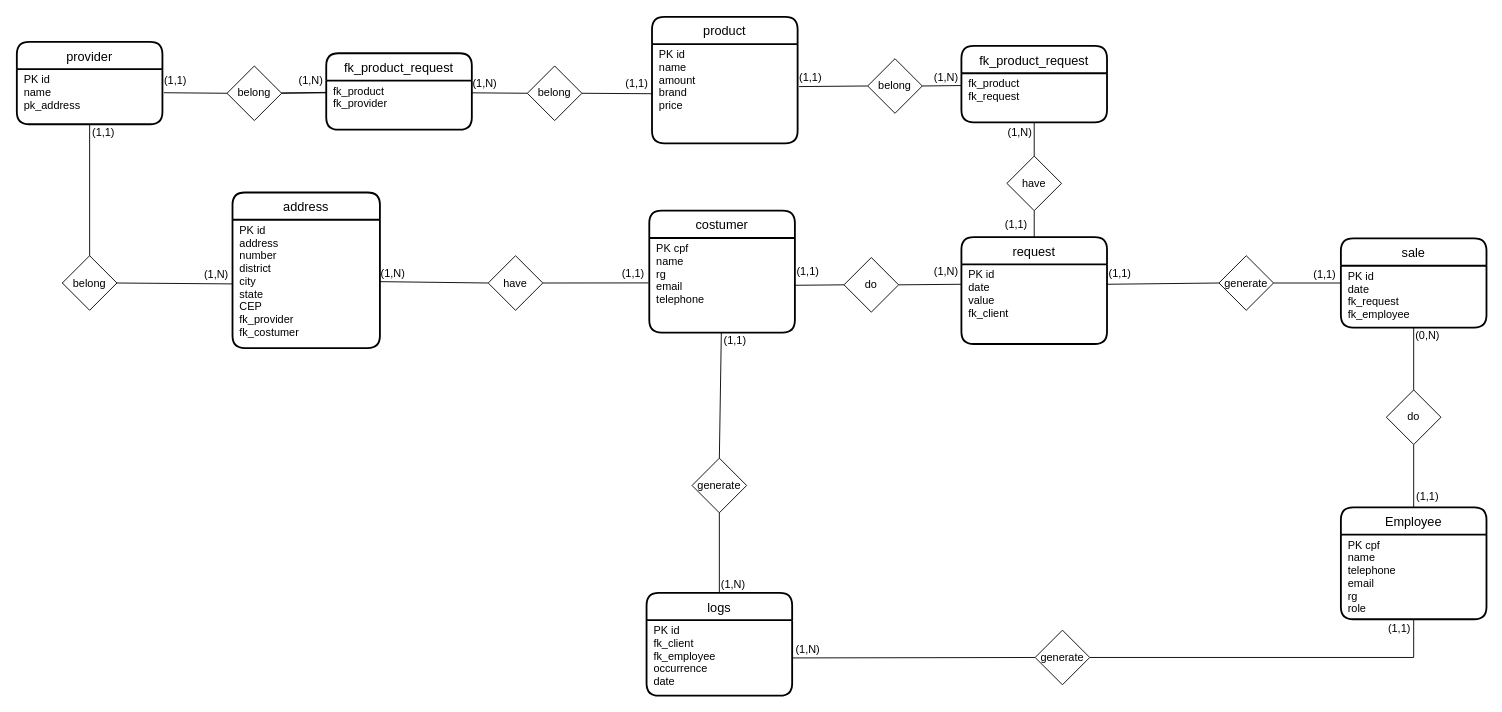
Above: page "diagrama-entidade-relacional" (2 of 4) of diagramas/todos_os_diagramas.drawio in project-ePDV/epdv-docs (draw.io), before the change. Source tidied: cells renumbered, new cells numbered last; positions are measured from the earlier drawing's top-left corner, leaving out a move shared by most shapes. Both pictures are drawn from the tidied source at 91%, with x=0, y=0 at pixel (16, 16).
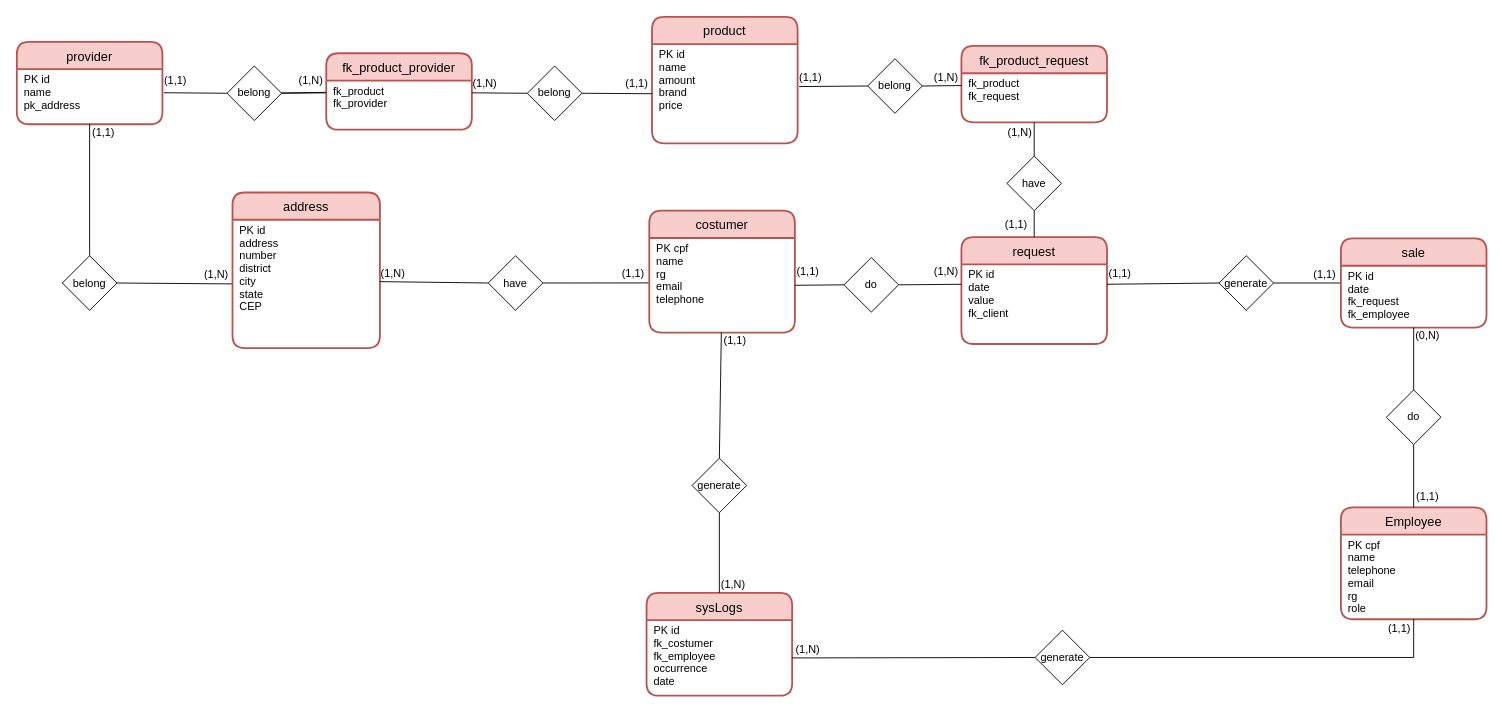
The same page after the edit.

Change to the diagram source:
```diff
@@
-    <mxCell id="2" value="costumer" style="swimlane;horizontal=1;startSize=30;rounded=1;fontSize=14;fontStyle=0;strokeWidth=2;shadow=0;dashed=0;align=center;" parent="1" vertex="1">
+    <mxCell id="2" value="costumer" style="swimlane;horizontal=1;startSize=30;rounded=1;fontSize=14;fontStyle=0;strokeWidth=2;shadow=0;dashed=0;align=center;fillColor=#f8cecc;strokeColor=#b85450;" parent="1" vertex="1">
       <mxGeometry x="695" y="213" width="160" height="134" as="geometry" />
     </mxCell>
@@
-    <mxCell id="4" value="request" style="swimlane;horizontal=1;startSize=30;rounded=1;fontSize=14;fontStyle=0;strokeWidth=2;shadow=0;dashed=0;align=center;" parent="1" vertex="1">
+    <mxCell id="4" value="request" style="swimlane;horizontal=1;startSize=30;rounded=1;fontSize=14;fontStyle=0;strokeWidth=2;shadow=0;dashed=0;align=center;fillColor=#f8cecc;strokeColor=#b85450;" parent="1" vertex="1">
       <mxGeometry x="1038" y="242" width="160" height="117.5" as="geometry" />
     </mxCell>
@@
-    <mxCell id="8" value="Employee" style="swimlane;horizontal=1;startSize=30;rounded=1;fontSize=14;fontStyle=0;strokeWidth=2;shadow=0;dashed=0;align=center;" parent="1" vertex="1">
+    <mxCell id="8" value="Employee" style="swimlane;horizontal=1;startSize=30;rounded=1;fontSize=14;fontStyle=0;strokeWidth=2;shadow=0;dashed=0;align=center;fillColor=#f8cecc;strokeColor=#b85450;" parent="1" vertex="1">
       <mxGeometry x="1455" y="539" width="160" height="123" as="geometry" />
     </mxCell>
@@
-    <mxCell id="12" value="logs" style="swimlane;horizontal=1;startSize=30;rounded=1;fontSize=14;fontStyle=0;strokeWidth=2;shadow=0;dashed=0;align=center;" parent="1" vertex="1">
+    <mxCell id="12" value="sysLogs" style="swimlane;horizontal=1;startSize=30;rounded=1;fontSize=14;fontStyle=0;strokeWidth=2;shadow=0;dashed=0;align=center;fillColor=#f8cecc;strokeColor=#b85450;" parent="1" vertex="1">
       <mxGeometry x="692" y="633" width="160" height="113" as="geometry" />
     </mxCell>
-    <mxCell id="13" value="PK id&#10;fk_client&#10;fk_employee&#10;occurrence&#10;date&#10;" style="align=left;strokeColor=none;fillColor=none;spacingLeft=8;fontSize=12;verticalAlign=top;spacingTop=0;spacing=0;spacingBottom=0;" parent="12" vertex="1">
+    <mxCell id="13" value="PK id&#10;fk_costumer&#10;fk_employee&#10;occurrence&#10;date&#10;" style="align=left;strokeColor=none;fillColor=none;spacingLeft=8;fontSize=12;verticalAlign=top;spacingTop=0;spacing=0;spacingBottom=0;" parent="12" vertex="1">
       <mxGeometry y="30" width="160" height="83" as="geometry" />
     </mxCell>
@@
-    <mxCell id="18" value="product" style="swimlane;horizontal=1;startSize=30;rounded=1;fontSize=14;fontStyle=0;strokeWidth=2;shadow=0;dashed=0;align=center;" parent="1" vertex="1">
+    <mxCell id="18" value="product" style="swimlane;horizontal=1;startSize=30;rounded=1;fontSize=14;fontStyle=0;strokeWidth=2;shadow=0;dashed=0;align=center;fillColor=#f8cecc;strokeColor=#b85450;" parent="1" vertex="1">
       <mxGeometry x="698" width="160" height="139" as="geometry" />
     </mxCell>
@@
-    <mxCell id="23" value="sale" style="swimlane;horizontal=1;startSize=30;rounded=1;fontSize=14;fontStyle=0;strokeWidth=2;shadow=0;dashed=0;align=center;" parent="1" vertex="1">
+    <mxCell id="23" value="sale" style="swimlane;horizontal=1;startSize=30;rounded=1;fontSize=14;fontStyle=0;strokeWidth=2;shadow=0;dashed=0;align=center;fillColor=#f8cecc;strokeColor=#b85450;" parent="1" vertex="1">
       <mxGeometry x="1455" y="243.5" width="160" height="98" as="geometry" />
     </mxCell>
@@
-    <mxCell id="27" value="fk_product_request" style="swimlane;horizontal=1;startSize=30;rounded=1;fontSize=14;fontStyle=0;strokeWidth=2;shadow=0;dashed=0;align=center;" parent="1" vertex="1">
+    <mxCell id="27" value="fk_product_request" style="swimlane;horizontal=1;startSize=30;rounded=1;fontSize=14;fontStyle=0;strokeWidth=2;shadow=0;dashed=0;align=center;fillColor=#f8cecc;strokeColor=#b85450;" parent="1" vertex="1">
       <mxGeometry x="1038" y="32" width="160" height="84" as="geometry" />
     </mxCell>
@@
-    <mxCell id="54" value="provider" style="swimlane;horizontal=1;startSize=30;rounded=1;fontSize=14;fontStyle=0;strokeWidth=2;shadow=0;dashed=0;align=center;" parent="1" vertex="1">
+    <mxCell id="54" value="provider" style="swimlane;horizontal=1;startSize=30;rounded=1;fontSize=14;fontStyle=0;strokeWidth=2;shadow=0;dashed=0;align=center;fillColor=#f8cecc;strokeColor=#b85450;" parent="1" vertex="1">
       <mxGeometry y="27.5" width="160" height="90.5" as="geometry" />
     </mxCell>
@@
-    <mxCell id="59" value="fk_product_request" style="swimlane;horizontal=1;startSize=30;rounded=1;fontSize=14;fontStyle=0;strokeWidth=2;shadow=0;dashed=0;align=center;" parent="1" vertex="1">
+    <mxCell id="59" value="fk_product_provider" style="swimlane;horizontal=1;startSize=30;rounded=1;fontSize=14;fontStyle=0;strokeWidth=2;shadow=0;dashed=0;align=center;fillColor=#f8cecc;strokeColor=#b85450;" parent="1" vertex="1">
       <mxGeometry x="340" y="40" width="160" height="84" as="geometry" />
     </mxCell>
@@
-    <mxCell id="75" value="address" style="swimlane;horizontal=1;startSize=30;rounded=1;fontSize=14;fontStyle=0;strokeWidth=2;shadow=0;dashed=0;align=center;" parent="1" vertex="1">
+    <mxCell id="75" value="address" style="swimlane;horizontal=1;startSize=30;rounded=1;fontSize=14;fontStyle=0;strokeWidth=2;shadow=0;dashed=0;align=center;fillColor=#f8cecc;strokeColor=#b85450;" parent="1" vertex="1">
       <mxGeometry x="237" y="193" width="162" height="171" as="geometry" />
     </mxCell>
-    <mxCell id="76" value="PK id&#10;address&#10;number&#10;district&#10;city&#10;state&#10;CEP&#10;fk_provider&#10;fk_costumer" style="align=left;strokeColor=none;fillColor=none;spacingLeft=8;fontSize=12;verticalAlign=top;spacingTop=0;spacing=0;spacingBottom=0;" parent="75" vertex="1">
+    <mxCell id="76" value="PK id&#10;address&#10;number&#10;district&#10;city&#10;state&#10;CEP" style="align=left;strokeColor=none;fillColor=none;spacingLeft=8;fontSize=12;verticalAlign=top;spacingTop=0;spacing=0;spacingBottom=0;" parent="75" vertex="1">
       <mxGeometry y="30" width="162" height="141" as="geometry" />
     </mxCell>
```
